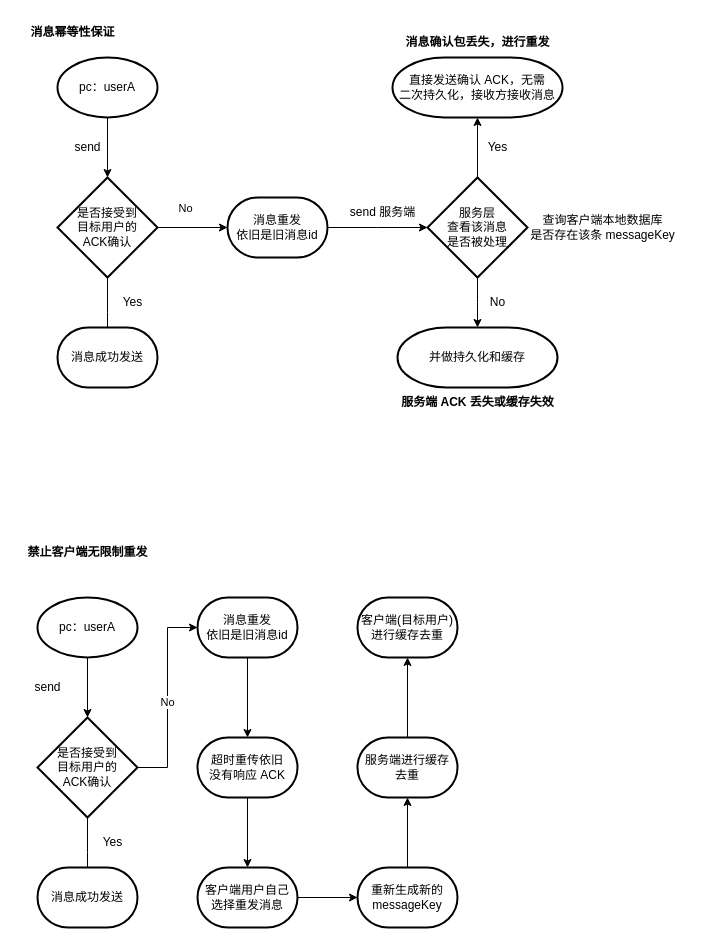
Before: page "消息幂等性保证" (6 of 13) of assert/design/im-system-design.drawio in BanTanger/im-whale-shark, a draw.io diagram. Source tidied: cells renumbered, new cells numbered last; positions are measured from the earlier drawing's top-left corner, leaving out a move shared by most shapes. Both pictures are drawn from the tidied source at 100%, with x=0, y=0 at pixel (17, 17).
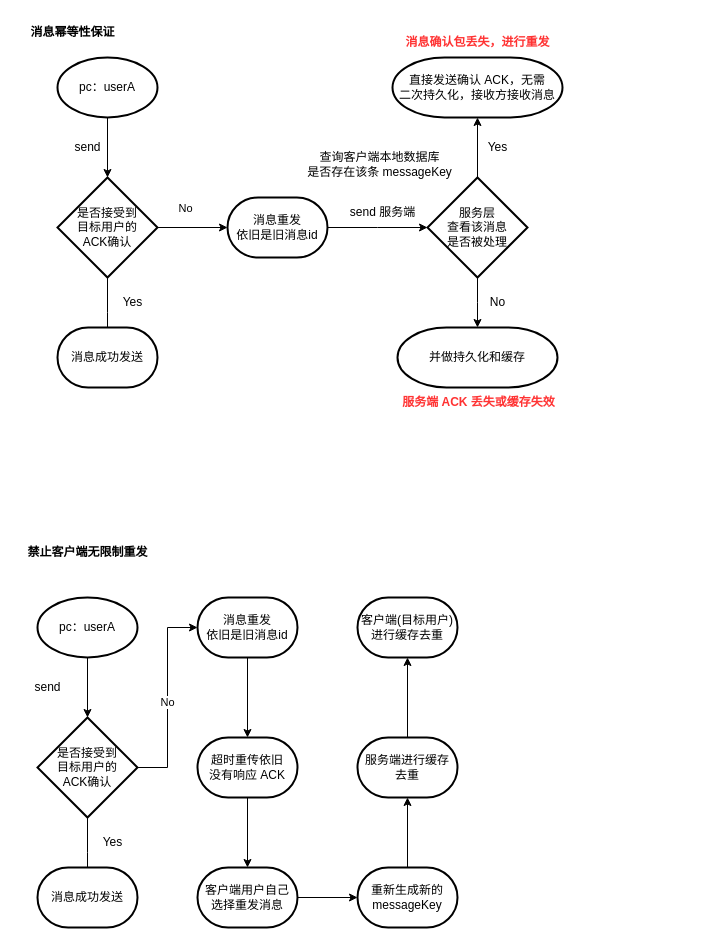
Above is the later version.

Diff of the diagram source:
```diff
@@
-    <mxCell id="20" value="&lt;b&gt;消息确认包丢失，进行重发&lt;/b&gt;" style="text;html=1;align=center;verticalAlign=middle;strokeColor=none;fillColor=none;" parent="1" vertex="1">
-      <mxGeometry x="375" y="10" width="170" height="30" as="geometry" />
+    <mxCell id="20" value="&lt;b&gt;&lt;font style=&quot;color: rgb(255, 51, 51);&quot;&gt;消息确认包丢失，进行重发&lt;/font&gt;&lt;/b&gt;" style="text;html=1;align=center;verticalAlign=middle;strokeColor=none;fillColor=none;" parent="1" vertex="1">
+      <mxGeometry x="379" y="12" width="162" height="26" as="geometry" />
     </mxCell>
@@
     <mxCell id="22" value="查询客户端本地数据库&lt;br&gt;是否存在该条 messageKey" style="text;html=1;align=center;verticalAlign=middle;strokeColor=none;fillColor=none;" parent="1" vertex="1">
-      <mxGeometry x="500" y="190" width="170" height="40" as="geometry" />
+      <mxGeometry x="277" y="127" width="170" height="40" as="geometry" />
     </mxCell>
-    <mxCell id="23" value="&lt;b&gt;服务端 ACK 丢失或缓存失效&lt;/b&gt;" style="text;html=1;align=center;verticalAlign=middle;strokeColor=none;fillColor=none;" parent="1" vertex="1">
-      <mxGeometry x="370" y="370" width="180" height="30" as="geometry" />
+    <mxCell id="23" value="&lt;b&gt;&lt;font style=&quot;color: rgb(255, 51, 51);&quot;&gt;服务端 ACK 丢失或缓存失效&lt;/font&gt;&lt;/b&gt;" style="text;html=1;align=center;verticalAlign=middle;strokeColor=none;fillColor=none;" parent="1" vertex="1">
+      <mxGeometry x="375" y="372" width="171" height="26" as="geometry" />
     </mxCell>
```
